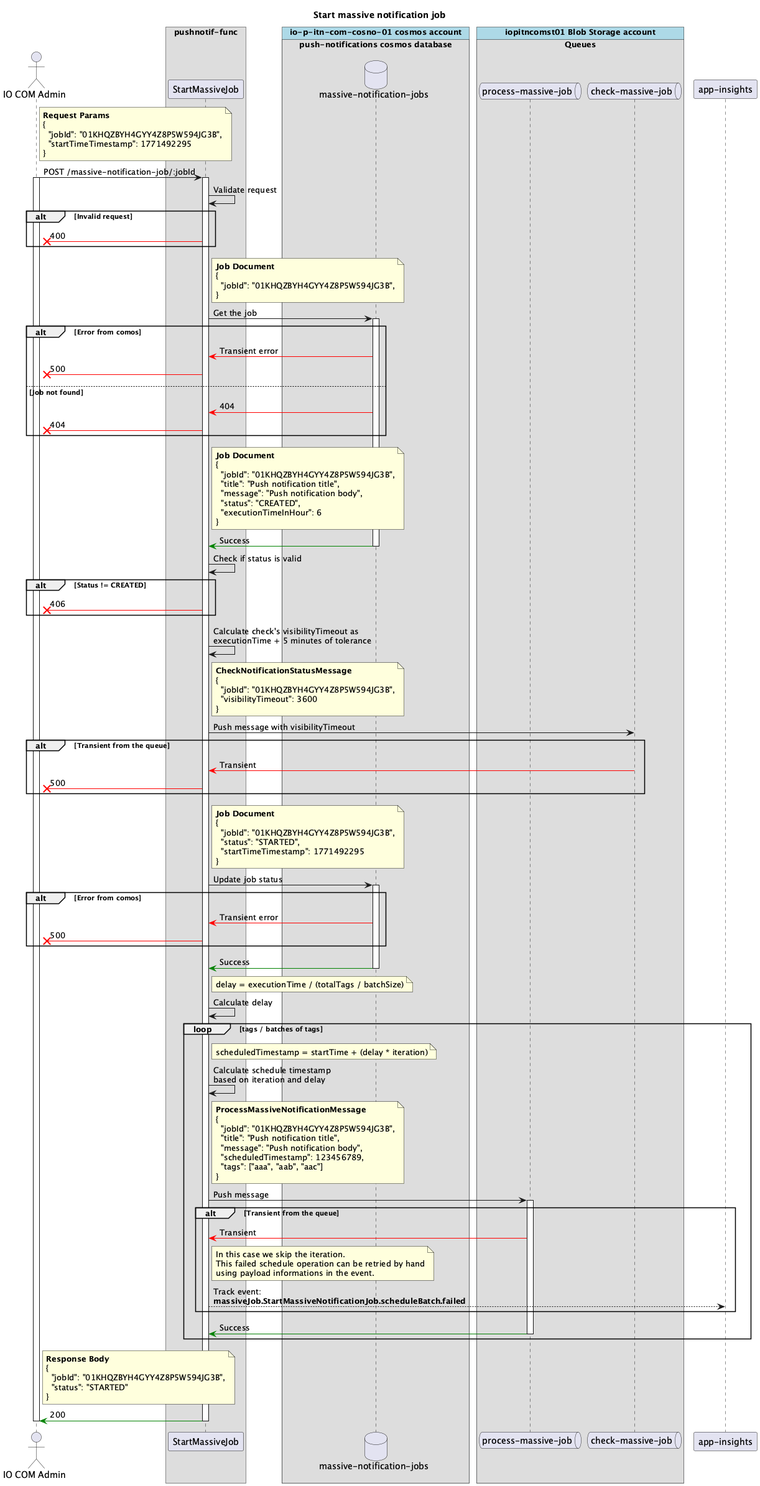
Before: apps/pushnotif-func/docs/png/start-massive-job.png, a diagram exported from PlantUML (pagopa/io-messages).
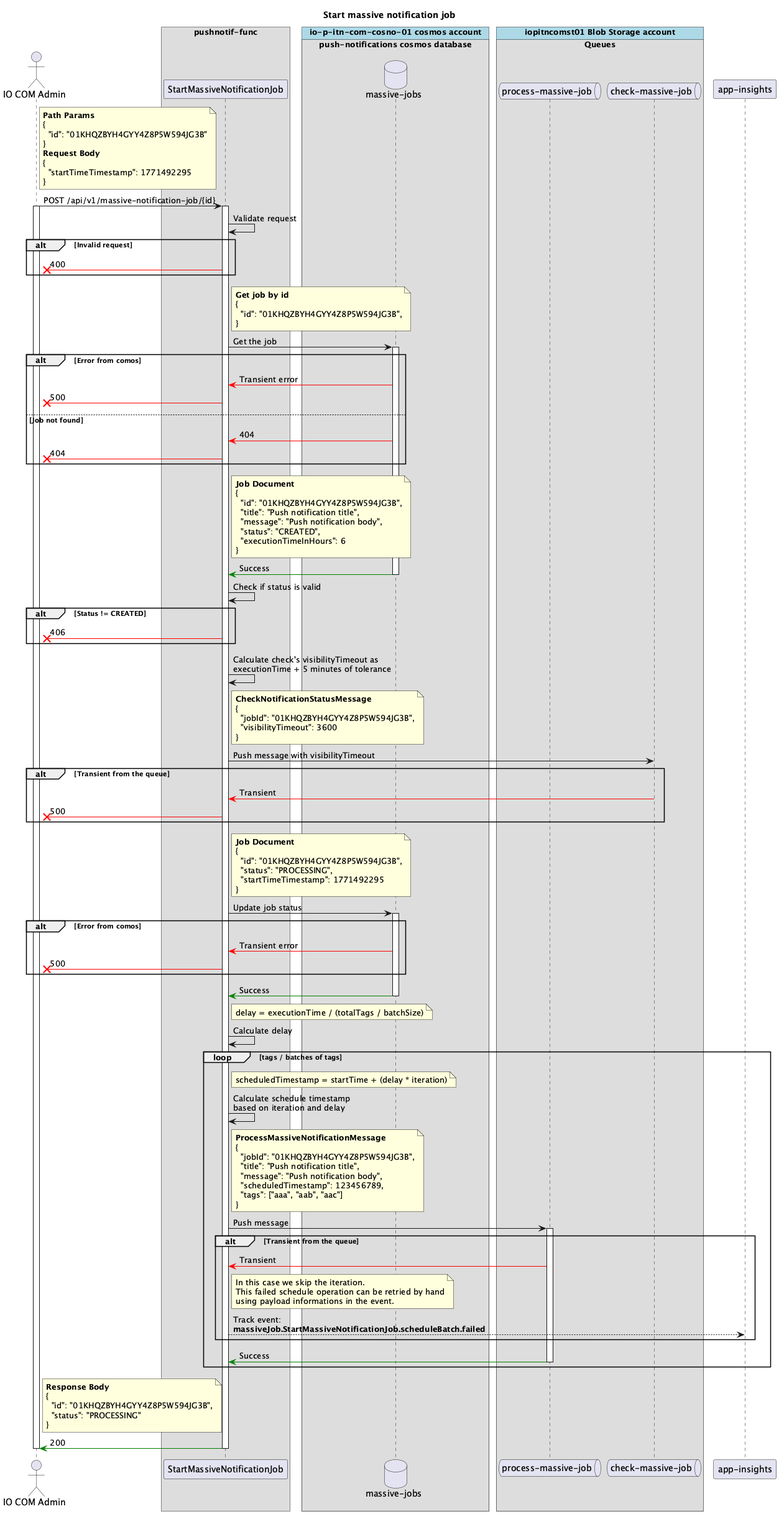
Above is the later version.

Commit message:
Update massive notification job diagrams

The edit, as a diff of the source:
```diff
@@ -5,13 +5,13 @@
 actor "IO COM Admin" as admin
 
 box "pushnotif-func"
-  participant "StartMassiveJob" as httpfunc
+  participant "StartMassiveNotificationJob" as httpfunc
 end box
 
 !pragma teoz true
 box "io-p-itn-com-cosno-01 cosmos account" #LightBlue
   box "push-notifications cosmos database"
-    database "massive-notification-jobs" as mnj
+    database "massive-jobs" as mnj
   end box
 end box
 
@@ -25,13 +25,16 @@
 participant "app-insights" as ai
 
 note right of admin
-  **Request Params**
+  **Path Params**
   {
-    "jobId": "01KHQZBYH4GYY4Z8P5W594JG3B",
+    "id": "01KHQZBYH4GYY4Z8P5W594JG3B"
+  }
+  **Request Body**
+  {
     "startTimeTimestamp": 1771492295
   }
 end note
-admin -> httpfunc : POST /massive-notification-job/:jobId
+admin -> httpfunc : POST /api/v1/massive-notification-job/{id}
 activate admin
 activate httpfunc
 
@@ -42,9 +45,9 @@
 end
 
 note right of httpfunc
-  **Job Document**
+  **Get job by id**
   {
-    "jobId": "01KHQZBYH4GYY4Z8P5W594JG3B",
+    "id": "01KHQZBYH4GYY4Z8P5W594JG3B",
   }
 end note
 httpfunc -> mnj : Get the job
@@ -62,11 +65,11 @@
 note right of httpfunc
   **Job Document**
   {
-    "jobId": "01KHQZBYH4GYY4Z8P5W594JG3B",
+    "id": "01KHQZBYH4GYY4Z8P5W594JG3B",
     "title": "Push notification title",
     "message": "Push notification body",
     "status": "CREATED",
-    "executionTimeInHour": 6
+    "executionTimeInHours": 6
   }
 end note
 mnj -[#green]> httpfunc : Success
@@ -94,8 +97,8 @@
 note right of httpfunc
   **Job Document**
   {
-    "jobId": "01KHQZBYH4GYY4Z8P5W594JG3B",
-    "status": "STARTED",
+    "id": "01KHQZBYH4GYY4Z8P5W594JG3B",
+    "status": "PROCESSING",
     "startTimeTimestamp": 1771492295
   }
 end note
@@ -151,8 +154,8 @@
 note right of admin
   **Response Body**
   {
-    "jobId": "01KHQZBYH4GYY4Z8P5W594JG3B",
-    "status": "STARTED"
+    "id": "01KHQZBYH4GYY4Z8P5W594JG3B",
+    "status": "PROCESSING"
   }
 end note
 httpfunc -[#green]> admin : 200
```
